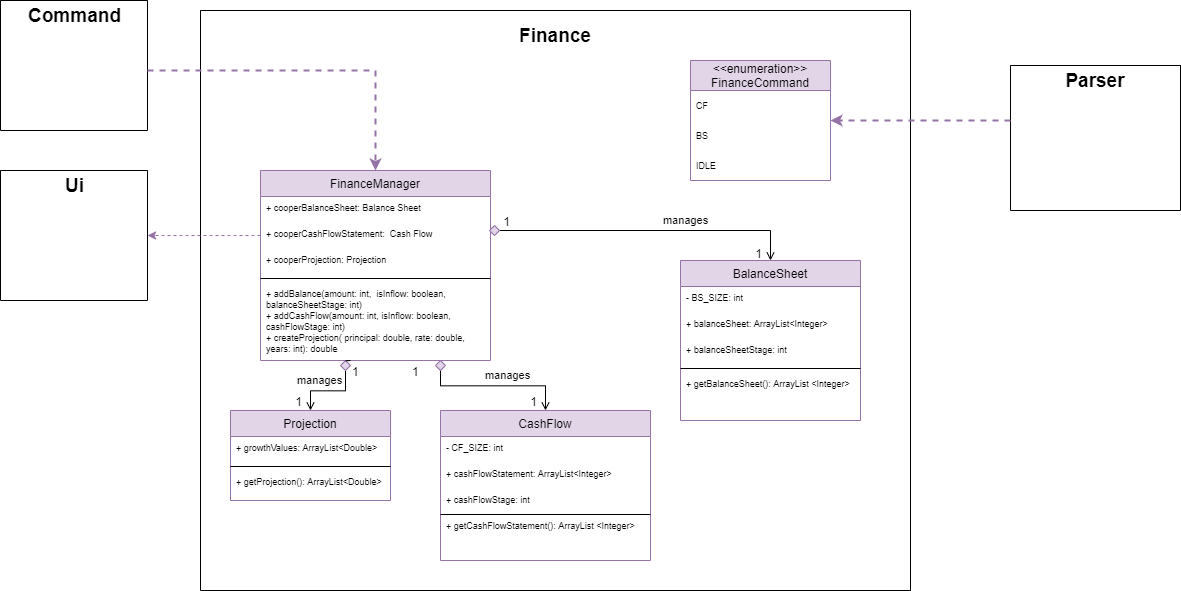
This is docs/developerGuideDiagrams/financeComponent.png from theeugenechong/tp, a draw.io export, as it was before one commit. Source tidied: cells renumbered, new cells last; positions are measured from the earlier drawing's top-left corner, leaving out a move shared by most shapes.
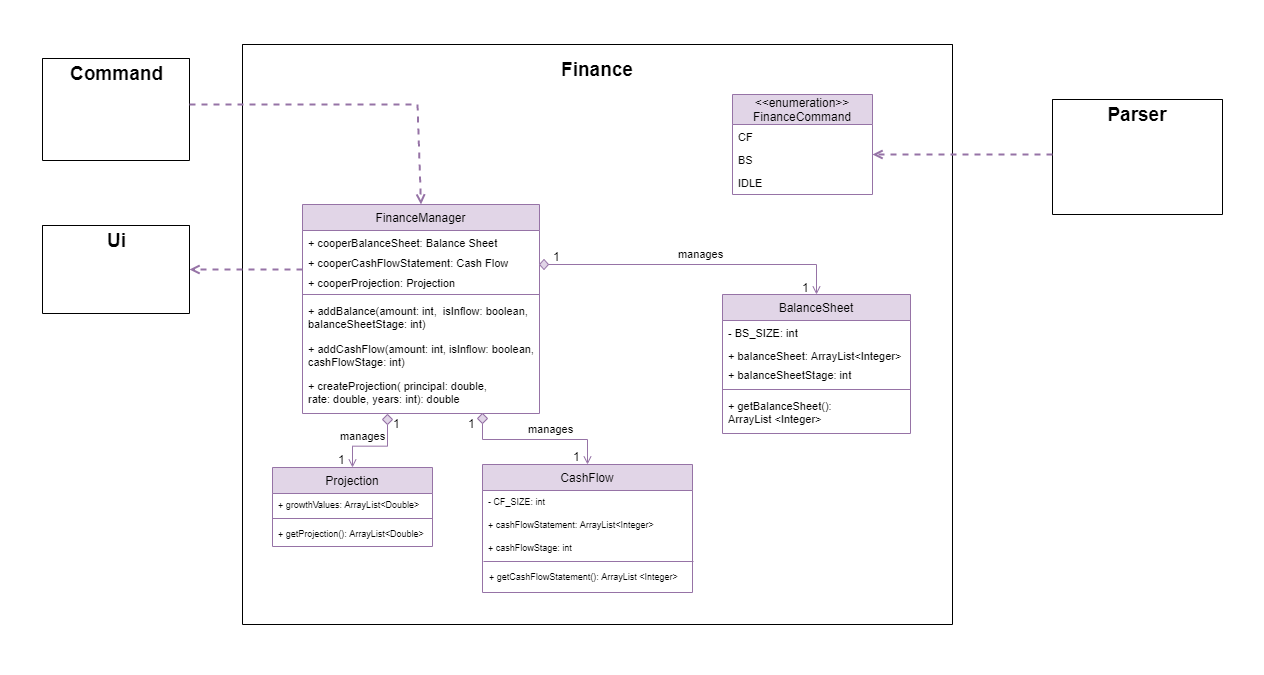
After the change.

Commit message:
Corrected some arrows in the finance diagram

Diff of the diagram source:
```diff
@@ -4,48 +4,54 @@
     <mxCell id="1" parent="0" />
+    <mxCell id="56" style="rounded=0;whiteSpace=wrap;html=1;fontSize=11;strokeColor=#FFFFFF;" parent="1" vertex="1">
+      <mxGeometry x="-1450" y="-854" width="1263" height="674" as="geometry" />
+    </mxCell>
     <mxCell id="2" value="FinanceManager" style="swimlane;fontStyle=0;align=center;verticalAlign=top;horizontal=1;startSize=26;rounded=0;shadow=0;strokeWidth=1;fillColor=#e1d5e7;strokeColor=#9673a6;" parent="1" vertex="1">
-      <mxGeometry x="260" y="170" width="230" height="190" as="geometry" />
+      <mxGeometry x="-1148" y="-650" width="237" height="209" as="geometry" />
     </mxCell>
-    <mxCell id="3" value="+ cooperBalanceSheet: Balance Sheet" style="text;align=left;verticalAlign=top;spacingLeft=4;spacingRight=4;overflow=hidden;fontSize=9;" parent="2" vertex="1">
-      <mxGeometry y="26" width="230" height="26" as="geometry" />
+    <mxCell id="3" value="+ cooperBalanceSheet: Balance Sheet" style="text;align=left;verticalAlign=top;spacingLeft=4;spacingRight=4;overflow=hidden;fontSize=11;" parent="2" vertex="1">
+      <mxGeometry y="26" width="237" height="20" as="geometry" />
     </mxCell>
-    <mxCell id="4" value="+ cooperCashFlowStatement:  Cash Flow" style="text;align=left;verticalAlign=top;spacingLeft=4;spacingRight=4;overflow=hidden;rounded=0;shadow=0;html=0;fontSize=9;" parent="2" vertex="1">
-      <mxGeometry y="52" width="230" height="26" as="geometry" />
+    <mxCell id="4" value="+ cooperCashFlowStatement: Cash Flow" style="text;align=left;verticalAlign=top;spacingLeft=4;spacingRight=4;overflow=hidden;rounded=0;shadow=0;html=0;fontSize=11;" parent="2" vertex="1">
+      <mxGeometry y="46" width="237" height="20" as="geometry" />
     </mxCell>
-    <mxCell id="5" value="+ cooperProjection: Projection&#10;" style="text;align=left;verticalAlign=top;spacingLeft=4;spacingRight=4;overflow=hidden;rounded=0;shadow=0;html=0;fontSize=9;" parent="2" vertex="1">
-      <mxGeometry y="78" width="230" height="26" as="geometry" />
+    <mxCell id="5" value="+ cooperProjection: Projection&#10;" style="text;align=left;verticalAlign=top;spacingLeft=4;spacingRight=4;overflow=hidden;rounded=0;shadow=0;html=0;fontSize=11;" parent="2" vertex="1">
+      <mxGeometry y="66" width="237" height="20" as="geometry" />
     </mxCell>
-    <mxCell id="6" style="line;html=1;strokeWidth=1;align=left;verticalAlign=middle;spacingTop=-1;spacingLeft=3;spacingRight=3;labelPosition=right;" parent="2" vertex="1">
-      <mxGeometry y="104" width="230" height="8" as="geometry" />
+    <mxCell id="6" style="line;html=1;strokeWidth=1;align=left;verticalAlign=middle;spacingTop=-1;spacingLeft=3;spacingRight=3;labelPosition=right;fillColor=#e1d5e7;strokeColor=#9673a6;" parent="2" vertex="1">
+      <mxGeometry y="86" width="237" height="8" as="geometry" />
     </mxCell>
-    <mxCell id="7" value="+ addBalance(amount: int,  isInflow: boolean,&#10;balanceSheetStage: int)&#10;+ addCashFlow(amount: int, isInflow: boolean,&#10;cashFlowStage: int)&#10;+ createProjection( principal: double, rate: double, &#10;years: int): double" style="text;align=left;verticalAlign=top;spacingLeft=4;spacingRight=4;overflow=hidden;fontSize=9;" parent="2" vertex="1">
-      <mxGeometry y="112" width="230" height="78" as="geometry" />
+    <mxCell id="7" value="+ addBalance(amount: int,  isInflow: boolean,&#10;balanceSheetStage: int)&#10;" style="text;align=left;verticalAlign=top;spacingLeft=4;spacingRight=4;overflow=hidden;fontSize=11;" parent="2" vertex="1">
+      <mxGeometry y="94" width="237" height="38" as="geometry" />
     </mxCell>
+    <mxCell id="57" value="+ addCashFlow(amount: int, isInflow: boolean,&#10;cashFlowStage: int)" style="text;strokeColor=none;fillColor=none;align=left;verticalAlign=top;spacingLeft=4;spacingRight=4;overflow=hidden;fontSize=11;" parent="2" vertex="1">
+      <mxGeometry y="132" width="237" height="37" as="geometry" />
+    </mxCell>
+    <mxCell id="58" value="+ createProjection( principal: double, &#10;rate: double, years: int): double" style="text;strokeColor=none;fillColor=none;align=left;verticalAlign=top;spacingLeft=4;spacingRight=4;overflow=hidden;fontSize=11;" parent="2" vertex="1">
+      <mxGeometry y="169" width="237" height="40" as="geometry" />
+    </mxCell>
     <mxCell id="8" value="Projection" style="swimlane;fontStyle=0;align=center;verticalAlign=top;horizontal=1;startSize=26;rounded=0;shadow=0;strokeWidth=1;fillColor=#e1d5e7;strokeColor=#9673a6;" parent="1" vertex="1">
-      <mxGeometry x="230" y="410" width="160" height="90" as="geometry" />
+      <mxGeometry x="-1178" y="-387" width="160" height="79" as="geometry" />
     </mxCell>
     <mxCell id="9" value="+ growthValues: ArrayList&lt;Double&gt;" style="text;align=left;verticalAlign=top;spacingLeft=4;spacingRight=4;overflow=hidden;fontSize=9;" parent="8" vertex="1">
-      <mxGeometry y="26" width="160" height="26" as="geometry" />
+      <mxGeometry y="26" width="160" height="21" as="geometry" />
     </mxCell>
-    <mxCell id="10" style="line;html=1;strokeWidth=1;align=left;verticalAlign=middle;spacingTop=-1;spacingLeft=3;spacingRight=3;labelPosition=right;" parent="8" vertex="1">
-      <mxGeometry y="52" width="160" height="8" as="geometry" />
+    <mxCell id="10" style="line;html=1;strokeWidth=1;align=left;verticalAlign=middle;spacingTop=-1;spacingLeft=3;spacingRight=3;labelPosition=right;fillColor=#e1d5e7;strokeColor=#9673a6;" parent="8" vertex="1">
+      <mxGeometry y="47" width="160" height="8" as="geometry" />
     </mxCell>
     <mxCell id="11" value="+ getProjection(): ArrayList&lt;Double&gt;" style="text;align=left;verticalAlign=top;spacingLeft=4;spacingRight=4;overflow=hidden;fontStyle=0;fontSize=9;" parent="8" vertex="1">
-      <mxGeometry y="60" width="160" height="26" as="geometry" />
+      <mxGeometry y="55" width="160" height="21" as="geometry" />
     </mxCell>
     <mxCell id="12" value="CashFlow" style="swimlane;fontStyle=0;align=center;verticalAlign=top;horizontal=1;startSize=26;rounded=0;shadow=0;strokeWidth=1;fillColor=#e1d5e7;strokeColor=#9673a6;" parent="1" vertex="1">
-      <mxGeometry x="440" y="410" width="210" height="150" as="geometry" />
+      <mxGeometry x="-968" y="-390" width="210" height="128" as="geometry" />
     </mxCell>
     <mxCell id="13" value="- CF_SIZE: int" style="text;align=left;verticalAlign=top;spacingLeft=4;spacingRight=4;overflow=hidden;fontSize=9;" parent="12" vertex="1">
-      <mxGeometry y="26" width="210" height="26" as="geometry" />
+      <mxGeometry y="26" width="210" height="23" as="geometry" />
     </mxCell>
     <mxCell id="14" value="+ cashFlowStatement: ArrayList&lt;Integer&gt;" style="text;align=left;verticalAlign=top;spacingLeft=4;spacingRight=4;overflow=hidden;rounded=0;shadow=0;html=0;fontSize=9;" parent="12" vertex="1">
-      <mxGeometry y="52" width="210" height="26" as="geometry" />
+      <mxGeometry y="49" width="210" height="23" as="geometry" />
     </mxCell>
     <mxCell id="15" value="+ cashFlowStage: int" style="text;align=left;verticalAlign=top;spacingLeft=4;spacingRight=4;overflow=hidden;rounded=0;shadow=0;html=0;fontSize=9;" parent="12" vertex="1">
-      <mxGeometry y="78" width="210" height="26" as="geometry" />
+      <mxGeometry y="72" width="210" height="22" as="geometry" />
     </mxCell>
-    <mxCell id="16" value="+ getCashFlowStatement(): ArrayList &lt;Integer&gt;" style="text;align=left;verticalAlign=top;spacingLeft=4;spacingRight=4;overflow=hidden;fontSize=9;" parent="12" vertex="1">
-      <mxGeometry y="104" width="210" height="26" as="geometry" />
-    </mxCell>
-    <mxCell id="17" style="endArrow=open;shadow=0;strokeWidth=1;rounded=0;endFill=1;edgeStyle=elbowEdgeStyle;elbow=vertical;startArrow=none;entryX=0.5;entryY=0;entryDx=0;entryDy=0;" parent="12" edge="1" target="12">
+    <mxCell id="17" style="endArrow=open;shadow=0;strokeWidth=1;rounded=0;endFill=1;edgeStyle=elbowEdgeStyle;elbow=vertical;startArrow=none;entryX=0.5;entryY=0;entryDx=0;entryDy=0;fillColor=#e1d5e7;strokeColor=#9673a6;" parent="12" edge="1" target="12">
       <mxGeometry x="0.5" y="41" relative="1" as="geometry">
@@ -66,24 +72,23 @@
     <mxCell id="20" value="BalanceSheet" style="swimlane;fontStyle=0;align=center;verticalAlign=top;horizontal=1;startSize=26;rounded=0;shadow=0;strokeWidth=1;fillColor=#e1d5e7;strokeColor=#9673a6;" parent="1" vertex="1">
-      <mxGeometry x="680" y="260" width="180" height="160" as="geometry" />
+      <mxGeometry x="-728" y="-560" width="188" height="139" as="geometry" />
     </mxCell>
-    <mxCell id="21" value="- BS_SIZE: int" style="text;align=left;verticalAlign=top;spacingLeft=4;spacingRight=4;overflow=hidden;fontSize=9;" parent="20" vertex="1">
-      <mxGeometry y="26" width="180" height="26" as="geometry" />
+    <mxCell id="21" value="- BS_SIZE: int" style="text;align=left;verticalAlign=top;spacingLeft=4;spacingRight=4;overflow=hidden;fontSize=11;" parent="20" vertex="1">
+      <mxGeometry y="26" width="188" height="23" as="geometry" />
     </mxCell>
-    <mxCell id="22" value="+ balanceSheet: ArrayList&lt;Integer&gt;" style="text;align=left;verticalAlign=top;spacingLeft=4;spacingRight=4;overflow=hidden;rounded=0;shadow=0;html=0;fontSize=9;" parent="20" vertex="1">
-      <mxGeometry y="52" width="180" height="26" as="geometry" />
+    <mxCell id="22" value="+ balanceSheet: ArrayList&lt;Integer&gt;" style="text;align=left;verticalAlign=top;spacingLeft=4;spacingRight=4;overflow=hidden;rounded=0;shadow=0;html=0;fontSize=11;" parent="20" vertex="1">
+      <mxGeometry y="49" width="188" height="19" as="geometry" />
     </mxCell>
-    <mxCell id="23" value="+ balanceSheetStage: int" style="text;align=left;verticalAlign=top;spacingLeft=4;spacingRight=4;overflow=hidden;rounded=0;shadow=0;html=0;fontSize=9;" parent="20" vertex="1">
-      <mxGeometry y="78" width="180" height="26" as="geometry" />
+    <mxCell id="23" value="+ balanceSheetStage: int" style="text;align=left;verticalAlign=top;spacingLeft=4;spacingRight=4;overflow=hidden;rounded=0;shadow=0;html=0;fontSize=11;" parent="20" vertex="1">
+      <mxGeometry y="68" width="188" height="23" as="geometry" />
     </mxCell>
-    <mxCell id="24" style="line;html=1;strokeWidth=1;align=left;verticalAlign=middle;spacingTop=-1;spacingLeft=3;spacingRight=3;labelPosition=right;" parent="20" vertex="1">
-      <mxGeometry y="104" width="180" height="8" as="geometry" />
+    <mxCell id="24" style="line;html=1;strokeWidth=1;align=left;verticalAlign=middle;spacingTop=-1;spacingLeft=3;spacingRight=3;labelPosition=right;fillColor=#e1d5e7;strokeColor=#9673a6;" parent="20" vertex="1">
+      <mxGeometry y="91" width="188" height="8" as="geometry" />
     </mxCell>
-    <mxCell id="25" value="+ getBalanceSheet(): ArrayList &lt;Integer&gt;" style="text;align=left;verticalAlign=top;spacingLeft=4;spacingRight=4;overflow=hidden;fontSize=9;" parent="20" vertex="1">
-      <mxGeometry y="112" width="180" height="26" as="geometry" />
+    <mxCell id="25" value="+ getBalanceSheet(): &#10;ArrayList &lt;Integer&gt;" style="text;align=left;verticalAlign=top;spacingLeft=4;spacingRight=4;overflow=hidden;fontSize=11;" parent="20" vertex="1">
+      <mxGeometry y="99" width="188" height="37" as="geometry" />
     </mxCell>
-    <mxCell id="26" style="endArrow=open;shadow=0;strokeWidth=1;rounded=0;endFill=1;edgeStyle=elbowEdgeStyle;elbow=vertical;startArrow=none;" parent="1" edge="1" target="20">
+    <mxCell id="26" style="endArrow=open;shadow=0;strokeWidth=1;rounded=0;endFill=1;edgeStyle=elbowEdgeStyle;elbow=vertical;startArrow=none;fillColor=#e1d5e7;strokeColor=#9673a6;exitX=0;exitY=0.5;exitDx=0;exitDy=0;" parent="1" edge="1" source="31" target="20">
       <mxGeometry x="0.5" y="41" relative="1" as="geometry">
-        <mxPoint x="490" y="230" as="sourcePoint" />
         <Array as="points">
-          <mxPoint x="540" y="230" />
+          <mxPoint x="-868" y="-590" />
         </Array>
@@ -99,3 +104,3 @@
       <mxGeometry x="0.5" y="49" relative="1" as="geometry">
-        <mxPoint x="-38" y="39" as="offset" />
+        <mxPoint x="-70" y="38" as="offset" />
       </mxGeometry>
@@ -113,14 +118,5 @@
     <mxCell id="31" style="rhombus;whiteSpace=wrap;html=1;fontSize=9;fillColor=#e1d5e7;strokeColor=#9673a6;" parent="1" vertex="1">
-      <mxGeometry x="489" y="225" width="10" height="10" as="geometry" />
+      <mxGeometry x="-911" y="-595" width="9" height="10" as="geometry" />
     </mxCell>
-    <mxCell id="32" style="endArrow=none;html=1;rounded=0;fontSize=9;" parent="1" edge="1">
-      <mxGeometry relative="1" as="geometry">
-        <mxPoint x="440" y="514" as="sourcePoint" />
-        <mxPoint x="650" y="514" as="targetPoint" />
-      </mxGeometry>
-    </mxCell>
-    <mxCell id="33" value="1" style="align=left;verticalAlign=bottom;labelBackgroundColor=none;fontSize=12;" parent="1" vertex="1">
-      <mxGeometry x="410" y="380" as="geometry" />
-    </mxCell>
-    <mxCell id="34" style="endArrow=open;shadow=0;strokeWidth=1;rounded=0;endFill=1;edgeStyle=elbowEdgeStyle;elbow=vertical;startArrow=none;entryX=0.5;entryY=0;entryDx=0;entryDy=0;" parent="1" edge="1" source="39" target="8">
+    <mxCell id="34" style="endArrow=open;shadow=0;strokeWidth=1;rounded=0;endFill=1;edgeStyle=elbowEdgeStyle;elbow=vertical;startArrow=none;entryX=0.5;entryY=0;entryDx=0;entryDy=0;fillColor=#e1d5e7;strokeColor=#9673a6;" parent="1" edge="1" source="39" target="8">
       <mxGeometry x="0.5" y="41" relative="1" as="geometry">
@@ -139,31 +135,22 @@
     </mxCell>
-    <mxCell id="37" value="1" style="align=left;verticalAlign=bottom;labelBackgroundColor=none;fontSize=12;" parent="1" vertex="1">
-      <mxGeometry x="350" y="380" as="geometry" />
-    </mxCell>
     <mxCell id="38" style="rhombus;whiteSpace=wrap;html=1;fontSize=9;fillColor=#e1d5e7;strokeColor=#9673a6;" parent="1" vertex="1">
-      <mxGeometry x="435" y="360" width="10" height="10" as="geometry" />
+      <mxGeometry x="-973" y="-441" width="10" height="10" as="geometry" />
     </mxCell>
     <mxCell id="39" style="rhombus;whiteSpace=wrap;html=1;fontSize=9;fillColor=#e1d5e7;strokeColor=#9673a6;" parent="1" vertex="1">
-      <mxGeometry x="340" y="360" width="10" height="10" as="geometry" />
+      <mxGeometry x="-1068" y="-440" width="10" height="10" as="geometry" />
     </mxCell>
-    <mxCell id="40" style="endArrow=none;shadow=0;strokeWidth=1;rounded=0;endFill=1;edgeStyle=elbowEdgeStyle;elbow=vertical;startArrow=none;entryX=0.5;entryY=0;entryDx=0;entryDy=0;" parent="1" edge="1" target="39">
-      <mxGeometry x="0.5" y="41" relative="1" as="geometry">
-        <mxPoint x="350" y="360" as="sourcePoint" />
-        <mxPoint x="-40" y="32" as="offset" />
-      </mxGeometry>
-    </mxCell>
     <mxCell id="41" value="&lt;&lt;enumeration&gt;&gt;&#10;FinanceCommand" style="swimlane;fontStyle=0;horizontal=1;startSize=30;fontSize=12;fillColor=#e1d5e7;strokeColor=#9673a6;" parent="1" vertex="1">
-      <mxGeometry x="690" y="60" width="140" height="120" as="geometry" />
+      <mxGeometry x="-718" y="-760" width="140" height="100" as="geometry" />
     </mxCell>
-    <mxCell id="42" value="CF" style="text;strokeColor=none;fillColor=none;align=left;verticalAlign=middle;spacingLeft=4;spacingRight=4;overflow=hidden;fontSize=9;" parent="41" vertex="1">
-      <mxGeometry y="30" width="140" height="30" as="geometry" />
+    <mxCell id="42" value="CF" style="text;strokeColor=none;fillColor=none;align=left;verticalAlign=middle;spacingLeft=4;spacingRight=4;overflow=hidden;fontSize=11;" parent="41" vertex="1">
+      <mxGeometry y="30" width="140" height="25" as="geometry" />
     </mxCell>
-    <mxCell id="43" value="BS" style="text;strokeColor=none;fillColor=none;align=left;verticalAlign=middle;spacingLeft=4;spacingRight=4;overflow=hidden;fontSize=9;" parent="41" vertex="1">
-      <mxGeometry y="60" width="140" height="30" as="geometry" />
+    <mxCell id="43" value="BS" style="text;strokeColor=none;fillColor=none;align=left;verticalAlign=middle;spacingLeft=4;spacingRight=4;overflow=hidden;fontSize=11;" parent="41" vertex="1">
+      <mxGeometry y="55" width="140" height="21" as="geometry" />
     </mxCell>
-    <mxCell id="44" value="IDLE" style="text;strokeColor=none;fillColor=none;align=left;verticalAlign=middle;spacingLeft=4;spacingRight=4;overflow=hidden;fontSize=9;" parent="41" vertex="1">
-      <mxGeometry y="90" width="140" height="30" as="geometry" />
+    <mxCell id="44" value="IDLE" style="text;strokeColor=none;fillColor=none;align=left;verticalAlign=middle;spacingLeft=4;spacingRight=4;overflow=hidden;fontSize=11;" parent="41" vertex="1">
+      <mxGeometry y="76" width="140" height="24" as="geometry" />
     </mxCell>
     <mxCell id="45" style="swimlane;startSize=0;fontSize=9;" parent="1" vertex="1">
-      <mxGeometry x="1010" y="65" width="170" height="145" as="geometry" />
+      <mxGeometry x="-398" y="-755" width="170" height="115" as="geometry" />
     </mxCell>
@@ -173,3 +160,3 @@
     <mxCell id="47" style="swimlane;startSize=0;fontSize=9;" parent="1" vertex="1">
-      <mxGeometry x="200" y="10" width="710" height="580" as="geometry" />
+      <mxGeometry x="-1208" y="-810" width="710" height="580" as="geometry" />
     </mxCell>
@@ -178,3 +165,3 @@
     </mxCell>
-    <mxCell id="49" style="endArrow=classic;html=1;rounded=0;fontSize=14;elbow=vertical;dashed=1;fillColor=#e1d5e7;strokeColor=#9673a6;" parent="47" edge="1" target="51">
+    <mxCell id="49" style="endArrow=open;html=1;rounded=0;fontSize=14;elbow=vertical;dashed=1;fillColor=#e1d5e7;strokeColor=#9673a6;strokeWidth=2;endFill=0;" parent="47" edge="1" target="51">
       <mxGeometry relative="1" as="geometry">
@@ -183,6 +170,21 @@
     </mxCell>
+    <mxCell id="16" value="+ getCashFlowStatement(): ArrayList &lt;Integer&gt;" style="text;align=left;verticalAlign=top;spacingLeft=4;spacingRight=4;overflow=hidden;fontSize=9;" parent="47" vertex="1">
+      <mxGeometry x="241" y="521" width="210" height="26" as="geometry" />
+    </mxCell>
+    <mxCell id="37" value="1" style="align=left;verticalAlign=bottom;labelBackgroundColor=none;fontSize=12;" parent="47" vertex="1">
+      <mxGeometry x="149" y="387" as="geometry" />
+    </mxCell>
+    <mxCell id="33" value="1" style="align=left;verticalAlign=bottom;labelBackgroundColor=none;fontSize=12;" parent="47" vertex="1">
+      <mxGeometry x="224" y="387" as="geometry" />
+    </mxCell>
+    <mxCell id="32" style="endArrow=none;html=1;rounded=0;fontSize=9;fillColor=#e1d5e7;strokeColor=#9673a6;" parent="47" edge="1">
+      <mxGeometry relative="1" as="geometry">
+        <mxPoint x="241" y="517" as="sourcePoint" />
+        <mxPoint x="451" y="517" as="targetPoint" />
+      </mxGeometry>
+    </mxCell>
-    <mxCell id="50" style="endArrow=classic;dashed=1;html=1;rounded=0;fontSize=14;startArrow=none;endFill=1;fillColor=#e1d5e7;strokeColor=#9673a6;strokeWidth=2;" parent="1" edge="1">
+    <mxCell id="50" style="endArrow=open;dashed=1;html=1;rounded=0;fontSize=14;startArrow=none;endFill=0;fillColor=#e1d5e7;strokeColor=#9673a6;strokeWidth=2;" parent="1" edge="1">
       <mxGeometry relative="1" as="geometry">
-        <mxPoint x="1010" y="120" as="sourcePoint" />
-        <mxPoint x="830" y="120" as="targetPoint" />
+        <mxPoint x="-398" y="-700" as="sourcePoint" />
+        <mxPoint x="-578" y="-700" as="targetPoint" />
       </mxGeometry>
@@ -190,3 +192,3 @@
     <mxCell id="51" style="swimlane;startSize=0;fontSize=19;" parent="1" vertex="1">
-      <mxGeometry y="170" width="147" height="130" as="geometry" />
+      <mxGeometry x="-1408" y="-629" width="147" height="88" as="geometry" />
     </mxCell>
@@ -196,3 +198,3 @@
     <mxCell id="53" style="swimlane;startSize=0;fontSize=19;" parent="1" vertex="1">
-      <mxGeometry width="147" height="130" as="geometry" />
+      <mxGeometry x="-1408" y="-796" width="147" height="102" as="geometry" />
     </mxCell>
@@ -201,7 +203,7 @@
     </mxCell>
-    <mxCell id="55" style="endArrow=classic;html=1;rounded=0;dashed=1;fontSize=19;strokeWidth=2;elbow=vertical;entryX=0.5;entryY=0;entryDx=0;entryDy=0;fillColor=#e1d5e7;strokeColor=#9673a6;" parent="1" edge="1" target="2">
+    <mxCell id="55" style="endArrow=open;html=1;rounded=0;dashed=1;fontSize=19;strokeWidth=2;elbow=vertical;entryX=0.5;entryY=0;entryDx=0;entryDy=0;fillColor=#e1d5e7;strokeColor=#9673a6;endFill=0;" parent="1" edge="1" target="2">
       <mxGeometry relative="1" as="geometry">
-        <mxPoint x="147" y="70" as="sourcePoint" />
+        <mxPoint x="-1261" y="-750" as="sourcePoint" />
         <Array as="points">
-          <mxPoint x="375" y="70" />
+          <mxPoint x="-1033" y="-750" />
         </Array>
```
